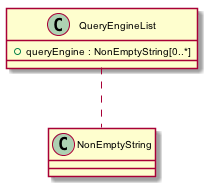
Before: source/apis/images/class_QueryEngineList.png, a diagram exported from PlantUML (DataONEorg/api-documentation).
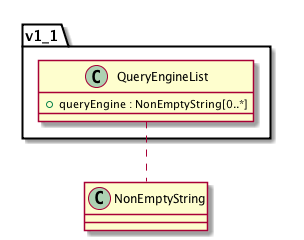
Later version of the same file.

The edit, as a diff of the source:
```diff
@@ -1,65 +1,8 @@
 @startuml images/class_QueryEngineList.png
-skinparam activityFontColor black
-skinparam activityFontSize 10
-skinparam activityFontName arial
-skinparam activityArrowFontColor black
-skinparam activityArrowFontSize 10
-skinparam activityArrowFontName arial
-skinparam classArrowFontColor black
-skinparam classArrowFontSize 10
-skinparam classArrowFontName arial
-skinparam classAttributeFontColor black
-skinparam classAttributeFontSize 10
-skinparam classAttributeFontName arial
-skinparam classFontColor black
-skinparam classFontSize 10
-skinparam classFontName arial
-skinparam componentFontColor black
-skinparam componentFontSize 10
-skinparam componentFontName arial
-skinparam componentArrowFontColor black
-skinparam componentArrowFontSize 10
-skinparam componentArrowFontName arial
-skinparam noteFontColor black
-skinparam noteFontSize 10
-skinparam noteFontName arial
-skinparam packageFontColor black
-skinparam packageFontSize 10
-skinparam packageFontName arial
-skinparam sequenceActorFontColor black
-skinparam sequenceActorFontSize 10
-skinparam sequenceActorFontName arial
-skinparam sequenceArrowFontColor black
-skinparam sequenceArrowFontSize 10
-skinparam sequenceArrowFontName arial
-skinparam sequenceGroupingFontColor black
-skinparam sequenceGroupingFontSize 10
-skinparam sequenceGroupingFontName arial
-skinparam sequenceGroupingHeaderFontColor black
-skinparam sequenceGroupingHeaderFontSize 10
-skinparam sequenceGroupingHeaderFontName arial
-skinparam sequenceParticipantFontColor black
-skinparam sequenceParticipantFontSize 10
-skinparam sequenceParticipantFontName arial
-skinparam sequenceTitleFontColor black
-skinparam sequenceTitleFontSize 10
-skinparam sequenceTitleFontName arial
-skinparam titleFontColor black
-skinparam titleFontSize 10
-skinparam titleFontName arial
-skinparam usecaseFontColor black
-skinparam usecaseFontSize 7
-skinparam usecaseFontName arial
-skinparam usecaseActorFontColor black
-skinparam usecaseActorFontSize 7
-skinparam usecaseActorFontName arial
-skinparam usecaseArrowFontColor black
-skinparam usecaseArrowFontSize 7
-skinparam usecaseArrowFontName arial
 
-class QueryEngineList {
+class v1_1.QueryEngineList {
   + queryEngine : NonEmptyString[0..*]
 }
-QueryEngineList .. NonEmptyString
+v1_1.QueryEngineList .. NonEmptyString
 
 @enduml
```
